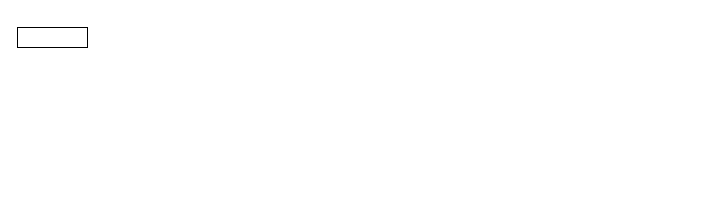
The draw.io diagram Untitled Diagram.drawio in hoa89nguyen/testGIT, before the edit. Source tidied: cells renumbered, new cells numbered last; positions are measured from the earlier drawing's top-left corner, leaving out a move shared by most shapes. Both pictures are drawn from the tidied source at 100%, with x=0, y=0 at pixel (17, 27).
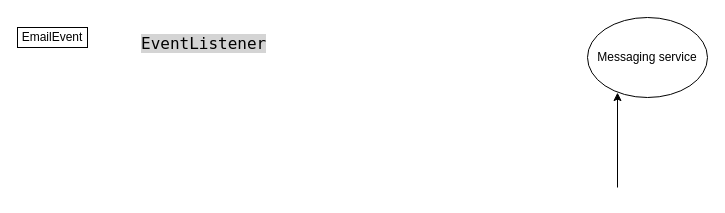
Above is the later version.

Change to the diagram source:
```diff
@@
 <mxGraphModel>
   <root>
     <mxCell id="0" />
     <mxCell id="1" parent="0" />
-    <mxCell id="2" style="rounded=0;whiteSpace=wrap;html=1;" parent="1" vertex="1">
+    <mxCell id="2" value="EmailEvent" style="rounded=0;whiteSpace=wrap;html=1;" parent="1" vertex="1">
       <mxGeometry width="70" height="20" as="geometry" />
     </mxCell>
+    <mxCell id="3" value="&lt;span style=&quot;background-color: rgb(255, 255, 255); padding: 0px 0px 0px 2px;&quot;&gt;&lt;span style=&quot;color: rgb(0, 0, 0); background-color: rgb(255, 255, 255); font-family: Menlo; font-size: 12pt; white-space: pre;&quot;&gt;&lt;span style=&quot;color: rgb(0, 0, 0);&quot;&gt;&lt;/span&gt;&lt;span style=&quot;color: rgb(0, 0, 0); background-color: rgb(212, 212, 212);&quot;&gt;EventListener&lt;/span&gt;&lt;/span&gt;&lt;/span&gt;" style="text;whiteSpace=wrap;html=1;" parent="1" vertex="1">
+      <mxGeometry x="120" width="130" height="40" as="geometry" />
+    </mxCell>
+    <mxCell id="4" value="Messaging service" style="ellipse;whiteSpace=wrap;html=1;" parent="1" vertex="1">
+      <mxGeometry x="570" y="-10" width="120" height="80" as="geometry" />
+    </mxCell>
+    <mxCell id="5" style="endArrow=classic;html=1;rounded=0;entryX=0.25;entryY=0.938;entryDx=0;entryDy=0;entryPerimeter=0;" parent="1" edge="1" target="4">
+      <mxGeometry relative="1" as="geometry">
+        <mxPoint x="600" y="160" as="sourcePoint" />
+      </mxGeometry>
+    </mxCell>
   </root>
 </mxGraphModel>
```
